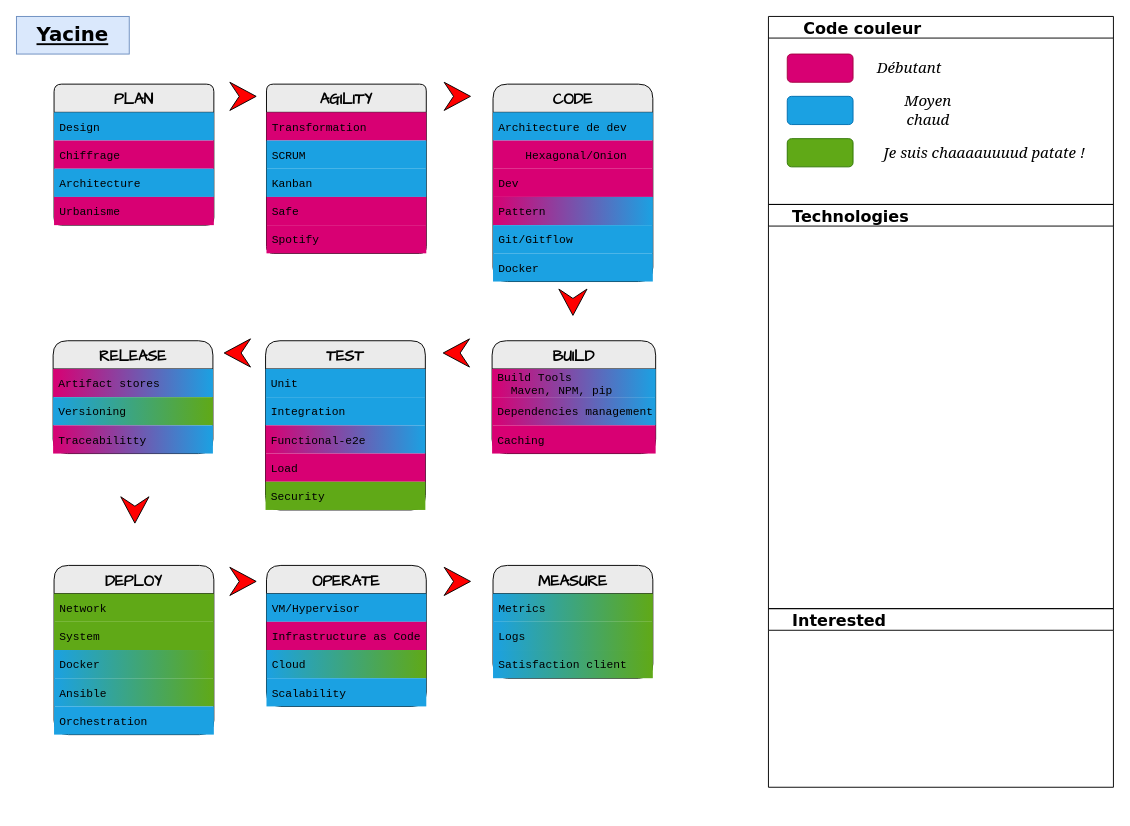
Before: skills.drawio in teolia/TeoSchool_skills, a draw.io diagram. Source tidied: cells renumbered, new cells numbered last; positions are measured from the earlier drawing's top-left corner, leaving out a move shared by most shapes. Both pictures are drawn from the tidied source at 94%, with x=0, y=0 at pixel (16, 16).
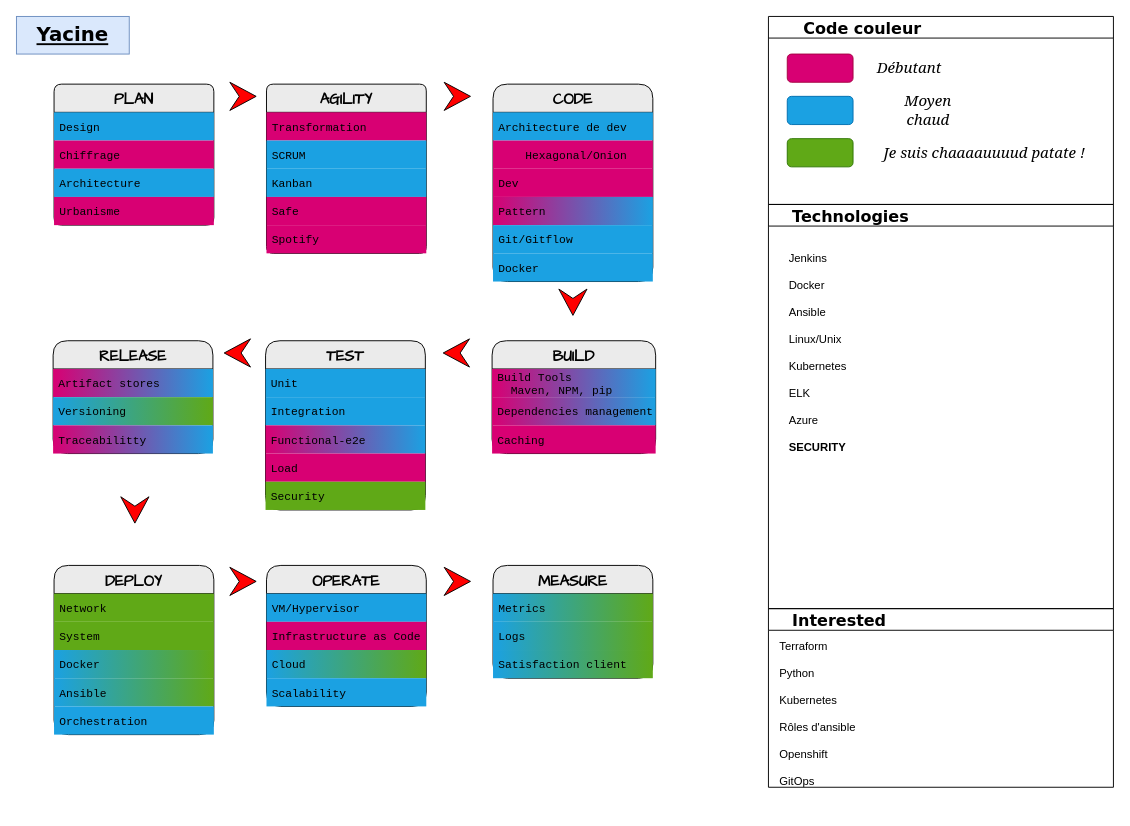
Above is the later version.

Commit message:
Mettre à jour skills.drawio

The change refers to these unchanged cells:
```xml
<mxCell id="65" value="    Technologies" style="swimlane;rounded=0;labelBackgroundColor=none;sketch=0;fontFamily=Verdana;fontSize=17;fontColor=#000000;fillColor=none;align=left;" parent="1" vertex="1">
  <mxGeometry x="800" y="200" width="367" height="430" as="geometry" />
</mxCell>
<mxCell id="66" value="    Interested" style="swimlane;rounded=0;labelBackgroundColor=none;sketch=0;fontFamily=Verdana;fontSize=17;fontColor=#000000;fillColor=none;align=left;" parent="1" vertex="1">
  <mxGeometry x="800" y="630" width="367" height="190" as="geometry" />
</mxCell>
```

What changed in the source:
```diff
@@
+    <mxCell id="67" value="Jenkins&lt;br&gt;&lt;br&gt;Docker&lt;br&gt;&lt;br&gt;Ansible&lt;br&gt;&lt;br&gt;Linux/Unix&lt;br&gt;&lt;br&gt;Kubernetes&lt;br&gt;&lt;br&gt;ELK&lt;br&gt;&lt;br&gt;Azure&lt;br&gt;&lt;br&gt;&lt;b&gt;SECURITY&lt;/b&gt;" style="text;html=1;align=left;verticalAlign=middle;strokeColor=none;fillColor=none;" parent="65" vertex="1">
+      <mxGeometry x="20" y="43" width="80" height="230" as="geometry" />
+    </mxCell>
@@
+    <mxCell id="68" value="Terraform&lt;br&gt;&lt;br&gt;Python&lt;br&gt;&lt;br&gt;Kubernetes&lt;br&gt;&lt;br&gt;Rôles d'ansible&lt;br&gt;&lt;br&gt;Openshift&lt;br&gt;&lt;br&gt;GitOps&lt;br&gt;&lt;br&gt;" style="text;html=1;align=left;verticalAlign=middle;strokeColor=none;fillColor=none;" parent="66" vertex="1">
+      <mxGeometry x="10" y="24" width="100" height="190" as="geometry" />
+    </mxCell>
```
